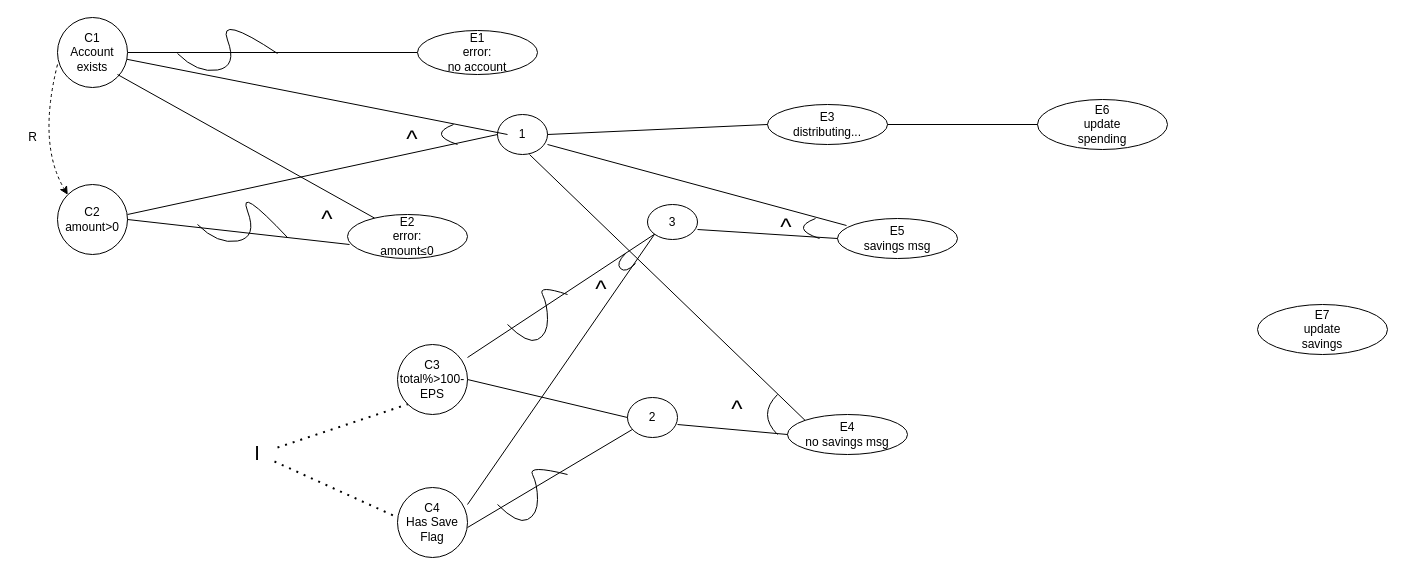
Earlier version of the draw.io diagram distributeMoney_v3.drawio (dragosc1/Proiect-TSS-2025). Source tidied: cells renumbered, new cells numbered last; positions are measured from the earlier drawing's top-left corner, leaving out a move shared by most shapes. Both pictures are drawn from the tidied source at 100%, with x=0, y=0 at pixel (17, 13).
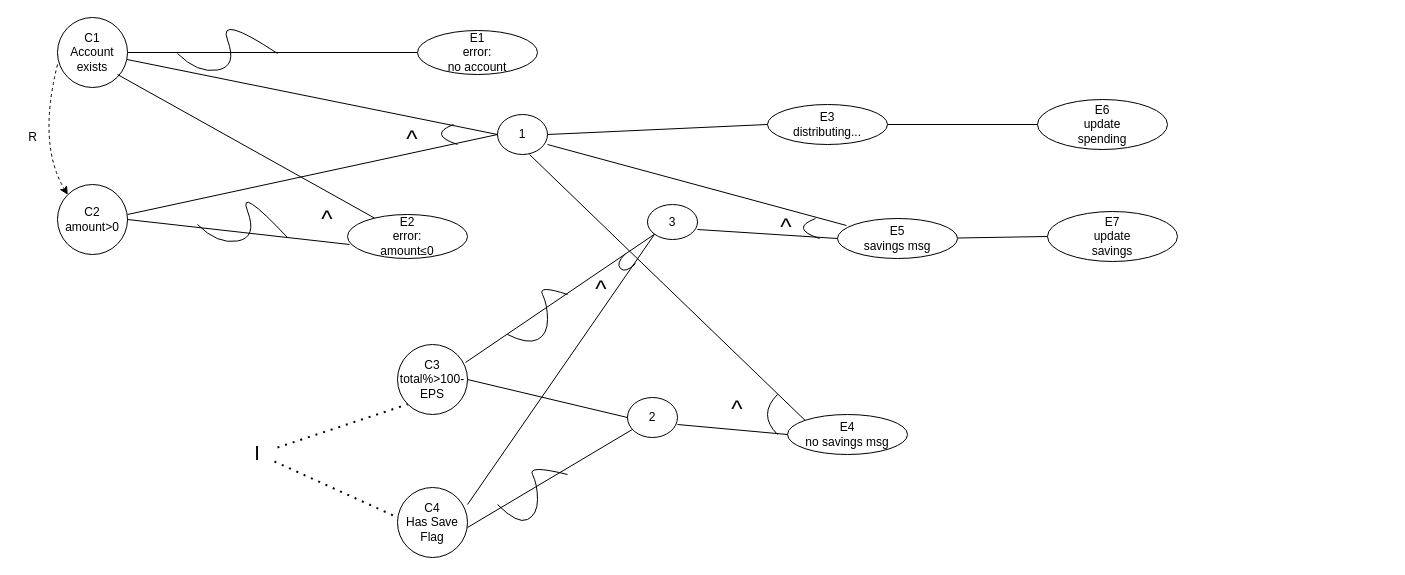
The same diagram, later.

The change refers to these unchanged cells:
```xml
<mxCell id="3" value="C1&#10;Account&#10;exists" style="ellipse;whiteSpace=wrap;html=1;" parent="1" vertex="1">
  <mxGeometry x="40" y="4" width="70" height="70" as="geometry" />
</mxCell>
<mxCell id="5" value="C3&#10;total%&gt;100-EPS" style="ellipse;whiteSpace=wrap;html=1;" parent="1" vertex="1">
  <mxGeometry x="380" y="331" width="70" height="70" as="geometry" />
</mxCell>
<mxCell id="8" value="1" style="ellipse;whiteSpace=wrap;html=1;" parent="1" vertex="1">
  <mxGeometry x="480" y="101" width="50" height="40" as="geometry" />
</mxCell>
<mxCell id="29" value="3" style="ellipse;whiteSpace=wrap;html=1;" parent="1" vertex="1">
  <mxGeometry x="630" y="191" width="50" height="35" as="geometry" />
</mxCell>
```

Diff of the diagram source:
```diff
@@
     <mxCell id="12" value="E7&#10;update&#10;savings" style="ellipse;whiteSpace=wrap;html=1;" parent="1" vertex="1">
-      <mxGeometry x="1240" y="291" width="130" height="50" as="geometry" />
+      <mxGeometry x="1030" y="198" width="130" height="50" as="geometry" />
     </mxCell>
@@
-    <mxCell id="17" style="endArrow=none;html=1;rounded=0;" parent="1" edge="1" source="3">
-      <mxGeometry relative="1" as="geometry">
-        <mxPoint x="490" y="121" as="targetPoint" />
-      </mxGeometry>
+    <mxCell id="17" style="endArrow=none;html=1;rounded=0;entryX=0;entryY=0.5;entryDx=0;entryDy=0;" parent="1" edge="1" source="3" target="8">
+      <mxGeometry relative="1" as="geometry" />
     </mxCell>
@@
-    <mxCell id="41" style="endArrow=none;html=1;rounded=0;entryX=0;entryY=1;entryDx=0;entryDy=0;" parent="1" edge="1" target="29">
-      <mxGeometry relative="1" as="geometry">
-        <mxPoint x="450" y="344" as="sourcePoint" />
-      </mxGeometry>
+    <mxCell id="41" style="endArrow=none;html=1;rounded=0;entryX=0;entryY=1;entryDx=0;entryDy=0;exitX=0.971;exitY=0.257;exitDx=0;exitDy=0;exitPerimeter=0;" parent="1" edge="1" source="5" target="29">
+      <mxGeometry relative="1" as="geometry" />
     </mxCell>
     <mxCell id="42" style="curved=1;endArrow=none;html=1;rounded=0;startFill=0;" parent="1" edge="1">
       <mxGeometry relative="1" as="geometry">
-        <mxPoint x="490" y="311" as="sourcePoint" />
+        <mxPoint x="490" y="321" as="sourcePoint" />
         <mxPoint x="550" y="281" as="targetPoint" />
         <Array as="points">
           <mxPoint x="510" y="331" />
           <mxPoint x="530" y="321" />
           <mxPoint x="530" y="291" />
           <mxPoint x="520" y="271" />
         </Array>
       </mxGeometry>
     </mxCell>
@@
+    <mxCell id="49" style="endArrow=none;html=1;rounded=0;exitX=1;exitY=0.5;exitDx=0;exitDy=0;entryX=0;entryY=0.5;entryDx=0;entryDy=0;" parent="1" edge="1" target="12">
+      <mxGeometry relative="1" as="geometry">
+        <mxPoint x="940" y="224.5" as="sourcePoint" />
+      </mxGeometry>
+    </mxCell>
```
